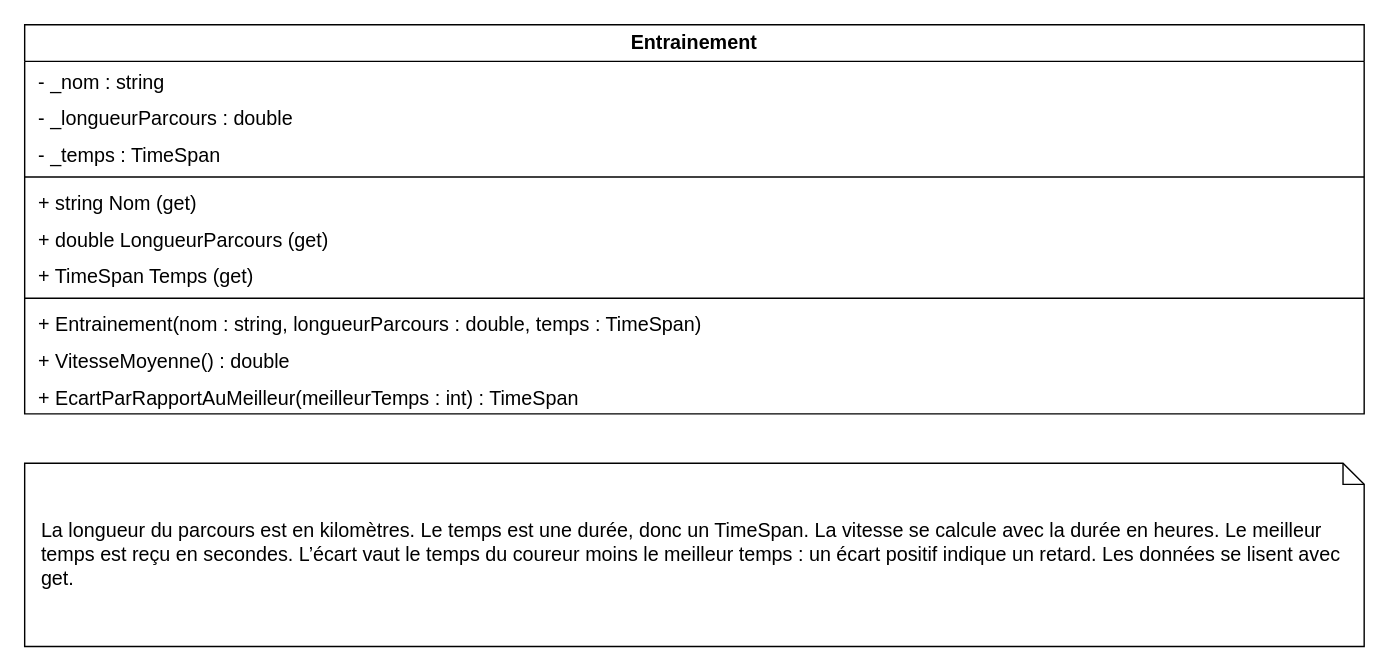
Before: 6TTI_Entrainement_DPMAEL/Entrainement.drawio in mgamsdve/6TTI_DayaniPoty_Mael-UAA14, a draw.io diagram. Source tidied: cells renumbered, new cells numbered last; positions are measured from the earlier drawing's top-left corner, leaving out a move shared by most shapes. Both pictures are drawn from the tidied source at 141%, with x=0, y=0 at pixel (24, 24).
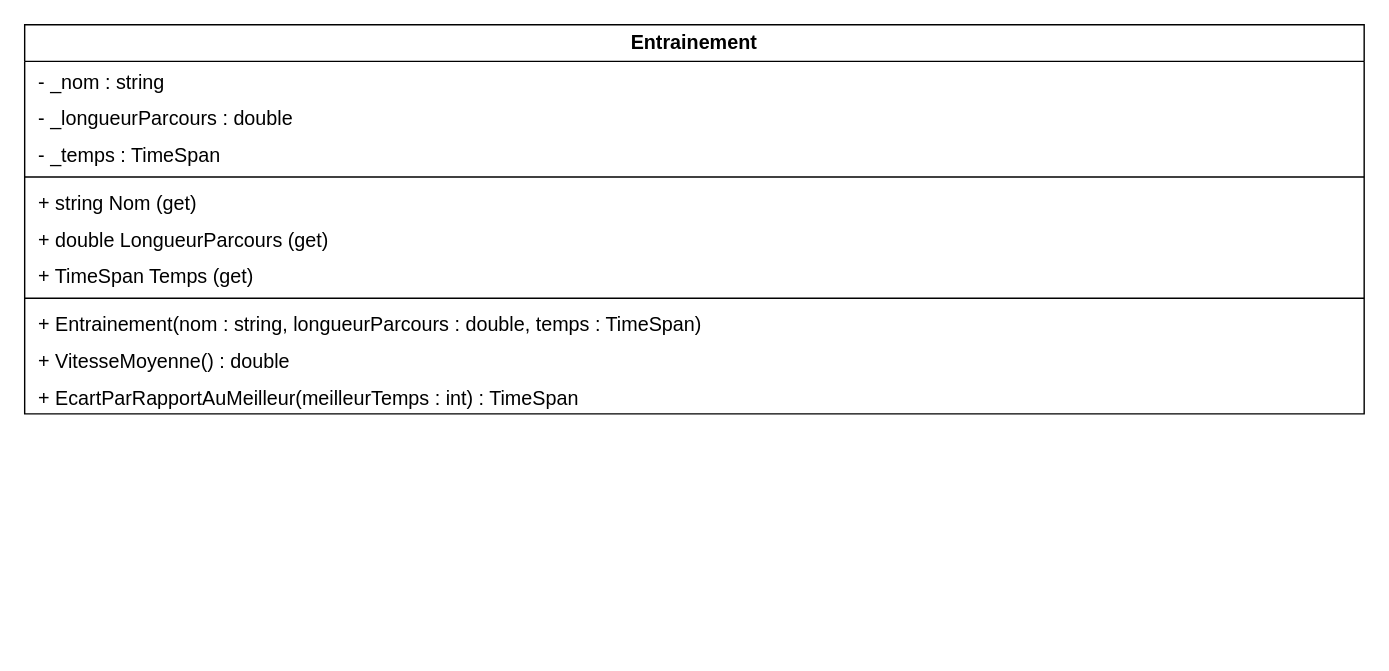
After the change.

Commit message (it also covers changes not shown here):
Mise à jour des diagrammes UML

Change to the diagram source:
```diff
@@
 <mxGraphModel>
   <root>
     <mxCell id="0" />
     <mxCell id="1" parent="0" />
     <mxCell id="2" value="Entrainement" style="swimlane;fontStyle=1;align=center;horizontal=1;startSize=26;whiteSpace=wrap;html=1;fontSize=14;" parent="1" vertex="1">
       <mxGeometry width="950" height="276" as="geometry" />
     </mxCell>
     <mxCell id="3" value="- _nom : string" style="text;strokeColor=none;fillColor=none;align=left;spacingLeft=8;whiteSpace=wrap;html=1;fontSize=14;" parent="2" vertex="1">
       <mxGeometry y="26" width="950" height="26" as="geometry" />
     </mxCell>
     <mxCell id="4" value="- _longueurParcours : double" style="text;strokeColor=none;fillColor=none;align=left;spacingLeft=8;whiteSpace=wrap;html=1;fontSize=14;" parent="2" vertex="1">
       <mxGeometry y="52" width="950" height="26" as="geometry" />
     </mxCell>
     <mxCell id="5" value="- _temps : TimeSpan" style="text;strokeColor=none;fillColor=none;align=left;spacingLeft=8;whiteSpace=wrap;html=1;fontSize=14;" parent="2" vertex="1">
       <mxGeometry y="78" width="950" height="26" as="geometry" />
     </mxCell>
     <mxCell id="6" style="line;strokeWidth=1;strokeColor=inherit;" parent="2" vertex="1">
       <mxGeometry y="104" width="950" height="8" as="geometry" />
     </mxCell>
     <mxCell id="7" value="+ string Nom (get)" style="text;strokeColor=none;fillColor=none;align=left;spacingLeft=8;whiteSpace=wrap;html=1;fontSize=14;" parent="2" vertex="1">
       <mxGeometry y="112" width="950" height="26" as="geometry" />
     </mxCell>
     <mxCell id="8" value="+ double LongueurParcours (get)" style="text;strokeColor=none;fillColor=none;align=left;spacingLeft=8;whiteSpace=wrap;html=1;fontSize=14;" parent="2" vertex="1">
       <mxGeometry y="138" width="950" height="26" as="geometry" />
     </mxCell>
     <mxCell id="9" value="+ TimeSpan Temps (get)" style="text;strokeColor=none;fillColor=none;align=left;spacingLeft=8;whiteSpace=wrap;html=1;fontSize=14;" parent="2" vertex="1">
       <mxGeometry y="164" width="950" height="26" as="geometry" />
     </mxCell>
     <mxCell id="10" style="line;strokeWidth=1;strokeColor=inherit;" parent="2" vertex="1">
       <mxGeometry y="190" width="950" height="8" as="geometry" />
     </mxCell>
     <mxCell id="11" value="+ Entrainement(nom : string, longueurParcours : double, temps : TimeSpan)" style="text;strokeColor=none;fillColor=none;align=left;spacingLeft=8;whiteSpace=wrap;html=1;fontSize=14;" parent="2" vertex="1">
       <mxGeometry y="198" width="950" height="26" as="geometry" />
     </mxCell>
     <mxCell id="12" value="+ VitesseMoyenne() : double" style="text;strokeColor=none;fillColor=none;align=left;spacingLeft=8;whiteSpace=wrap;html=1;fontSize=14;" parent="2" vertex="1">
       <mxGeometry y="224" width="950" height="26" as="geometry" />
     </mxCell>
     <mxCell id="13" value="+ EcartParRapportAuMeilleur(meilleurTemps : int) : TimeSpan" style="text;strokeColor=none;fillColor=none;align=left;spacingLeft=8;whiteSpace=wrap;html=1;fontSize=14;" parent="2" vertex="1">
       <mxGeometry y="250" width="950" height="26" as="geometry" />
     </mxCell>
-    <mxCell id="14" value="La longueur du parcours est en kilomètres. Le temps est une durée, donc un TimeSpan. La vitesse se calcule avec la durée en heures. Le meilleur temps est reçu en secondes. L’écart vaut le temps du coureur moins le meilleur temps : un écart positif indique un retard. Les données se lisent avec get." style="shape=note;whiteSpace=wrap;html=1;size=15;align=left;spacing=12;fontSize=14;" parent="1" vertex="1">
-      <mxGeometry y="311" width="950" height="130" as="geometry" />
-    </mxCell>
   </root>
 </mxGraphModel>
```
